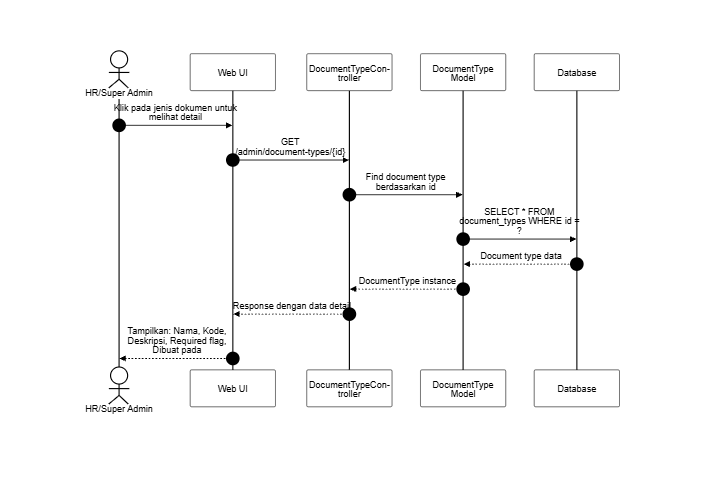
This is docs/SequenceDiagram/PNG_Transparent/KelolaJenisDokumen-Detail.png from SulaimanHafi23/SimpegRSHDI, a Mermaid export, as it was before one commit. Its source is kept beside it as docs/SequenceDiagram/KelolaJenisDokumen-Detail.mermaid. The source it was exported from:
```mermaid
---
id: KelolaJenisDokumen-LihatJenisDokumen
title: Kelola Jenis Dokumen - Lihat Detail Jenis Dokumen
---
%%{init: {"theme": "base", "themeVariables": {"background": "#dddddd", "primaryColor": "#ffffff", "primaryBorderColor": "#000000", "primaryTextColor": "#000000", "lineColor": "#000000", "textColor": "#000000", "actorBkg": "#ffffff", "actorBorder": "#000000", "actorTextColor": "#000000", "activationBkgColor": "#ffffff", "activationBorderColor": "#000000", "signalColor": "#000000", "signalTextColor": "#000000", "labelBoxBkgColor": "#ffffff", "labelBoxBorderColor": "#000000", "labelTextColor": "#000000", "sequenceNumberColor": "#000000", "noteBkgColor": "#ffffff", "noteBorderColor": "#000000", "noteTextColor": "#000000"}, "sequence": {"useMaxWidth": true, "wrap": true, "messageFontSize": 12, "noteFontSize": 12}}}%%
sequenceDiagram
    autonumber
    actor HR as HR/Super Admin
    participant UI as Web UI
    participant C as DocumentTypeController
    participant DT as DocumentType Model
    participant DB as Database

    HR->>UI: Klik pada jenis dokumen untuk melihat detail
    UI->>C: GET /admin/document-types/{id}
    C->>DT: Find document type berdasarkan id
    DT->>DB: SELECT * FROM document_types WHERE id = ?
    DB-->>DT: Document type data
    DT-->>C: DocumentType instance
    C-->>UI: Response dengan data detail
    UI-->>HR: Tampilkan: Nama, Kode, Deskripsi, Required flag, Dibuat pada
```
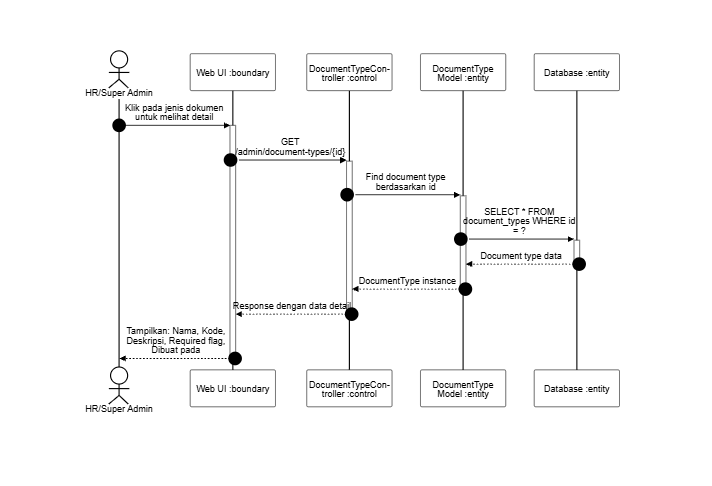
The same file after the commit.

The edit, as a diff of the source:
```diff
@@ -6,16 +6,16 @@
 sequenceDiagram
     autonumber
     actor HR as HR/Super Admin
-    participant UI as Web UI
-    participant C as DocumentTypeController
-    participant DT as DocumentType Model
-    participant DB as Database
+    participant UI as Web UI :boundary
+    participant C as DocumentTypeController :control
+    participant DT as DocumentType Model :entity
+    participant DB as Database :entity
 
-    HR->>UI: Klik pada jenis dokumen untuk melihat detail
-    UI->>C: GET /admin/document-types/{id}
-    C->>DT: Find document type berdasarkan id
-    DT->>DB: SELECT * FROM document_types WHERE id = ?
-    DB-->>DT: Document type data
-    DT-->>C: DocumentType instance
-    C-->>UI: Response dengan data detail
-    UI-->>HR: Tampilkan: Nama, Kode, Deskripsi, Required flag, Dibuat pada
+    HR->>+UI: Klik pada jenis dokumen untuk melihat detail
+    UI->>+C: GET /admin/document-types/{id}
+    C->>+DT: Find document type berdasarkan id
+    DT->>+DB: SELECT * FROM document_types WHERE id = ?
+    DB-->>-DT: Document type data
+    DT-->>-C: DocumentType instance
+    C-->>-UI: Response dengan data detail
+    UI-->>-HR: Tampilkan: Nama, Kode, Deskripsi, Required flag, Dibuat pada
```
